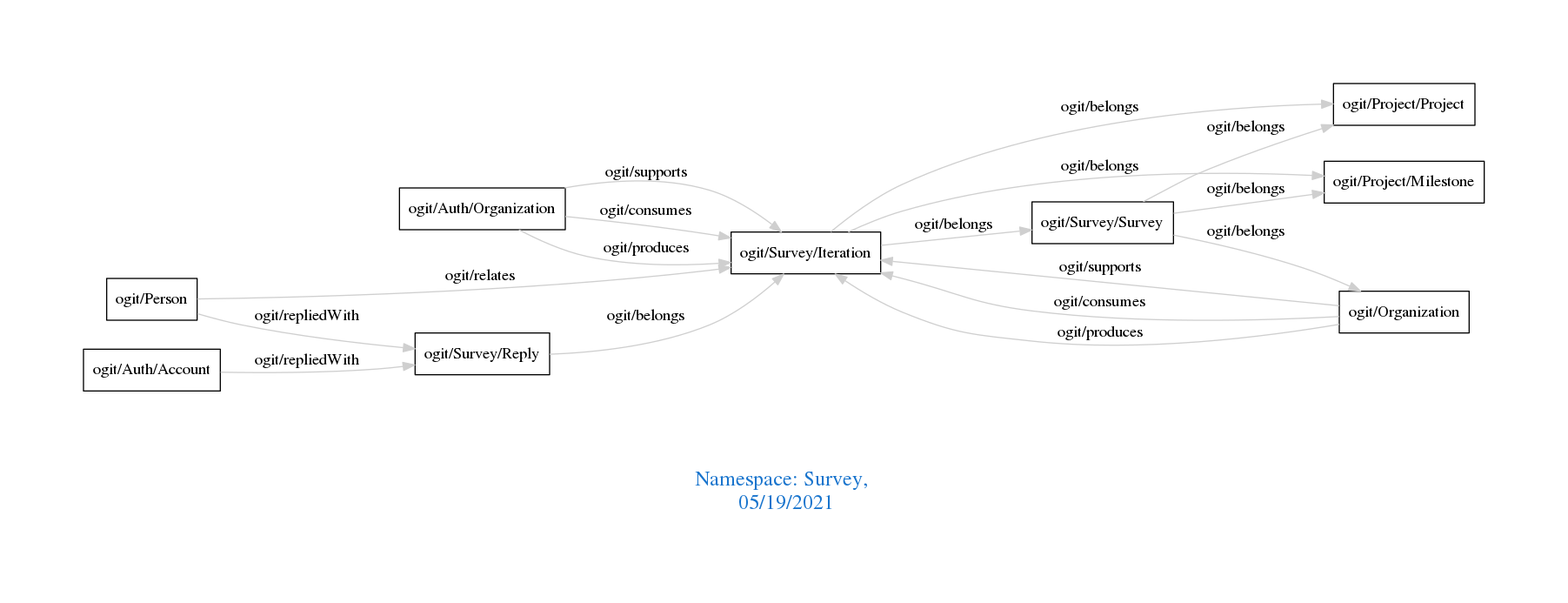
Earlier version of the Graphviz export downloads/Survey.png (arago/OGIT). Its source is kept beside it as downloads/Survey.dot.
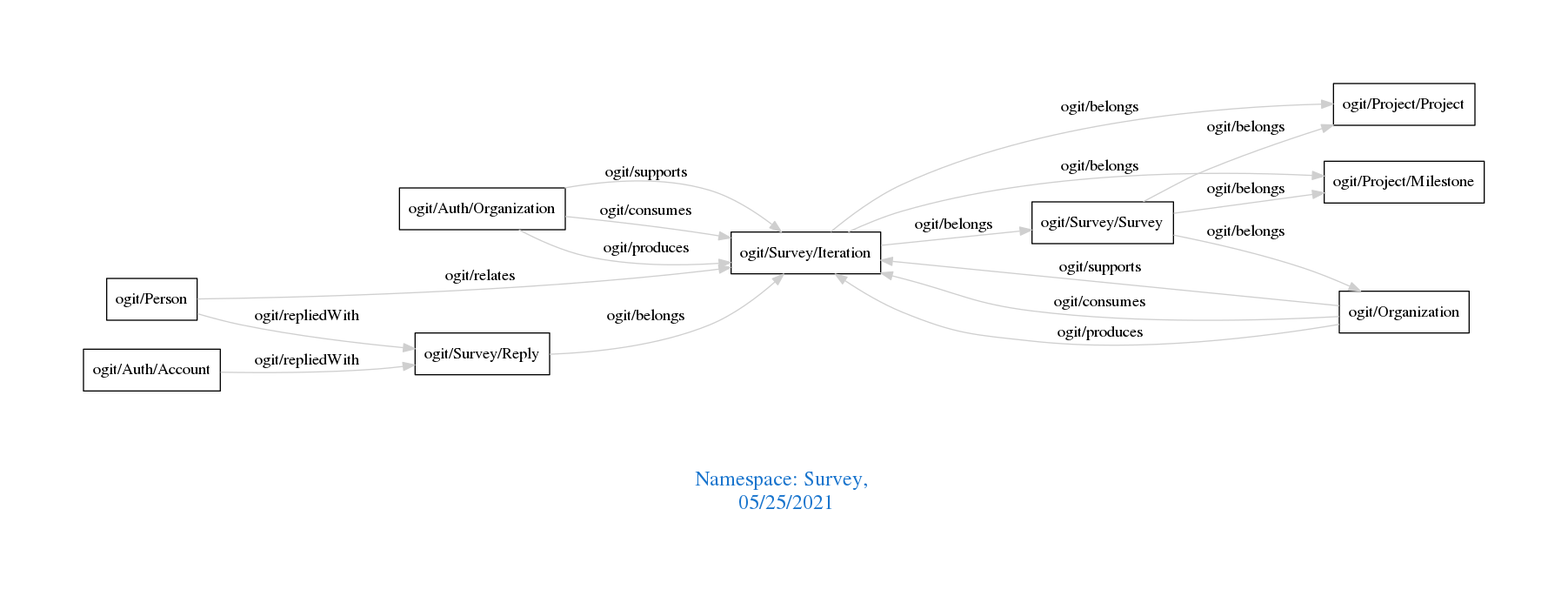
After the commit.

Diff of the diagram source:
```diff
@@ -1,7 +1,7 @@
 digraph OGIT_ontology {
  graph [ rankdir= LR,pad=1
 fontsize = 18,
-fontcolor= dodgerblue3,label = "\n\n\nNamespace: Survey, \n 05/19/2021"];
+fontcolor= dodgerblue3,label = "\n\n\nNamespace: Survey, \n 05/25/2021"];
 node[shape=polygon];
 edge [  color="gray81"];
 
```
